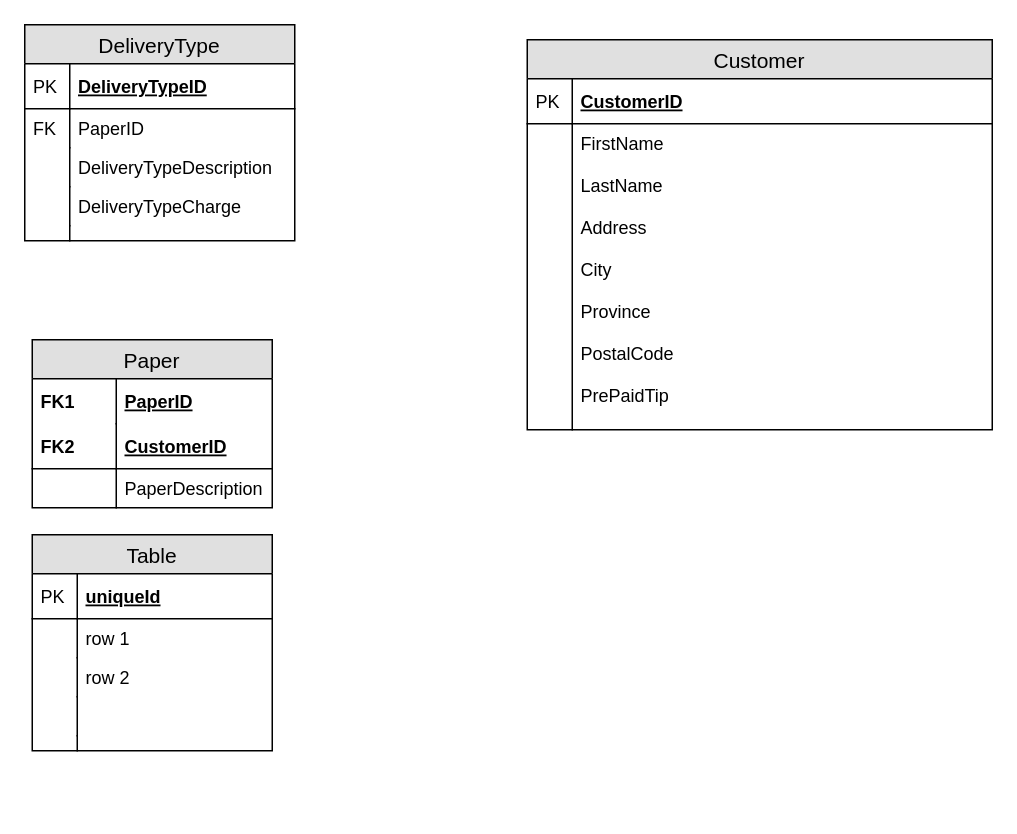
Above: Design/PNG's/ERD-paper-route.drawio in Aemmerton/Dmit-1508-In-Class (draw.io), before the change. Source tidied: cells renumbered, new cells numbered last; positions are measured from the earlier drawing's top-left corner, leaving out a move shared by most shapes. Both pictures are drawn from the tidied source at 150%, with x=0, y=0 at pixel (24, 24).
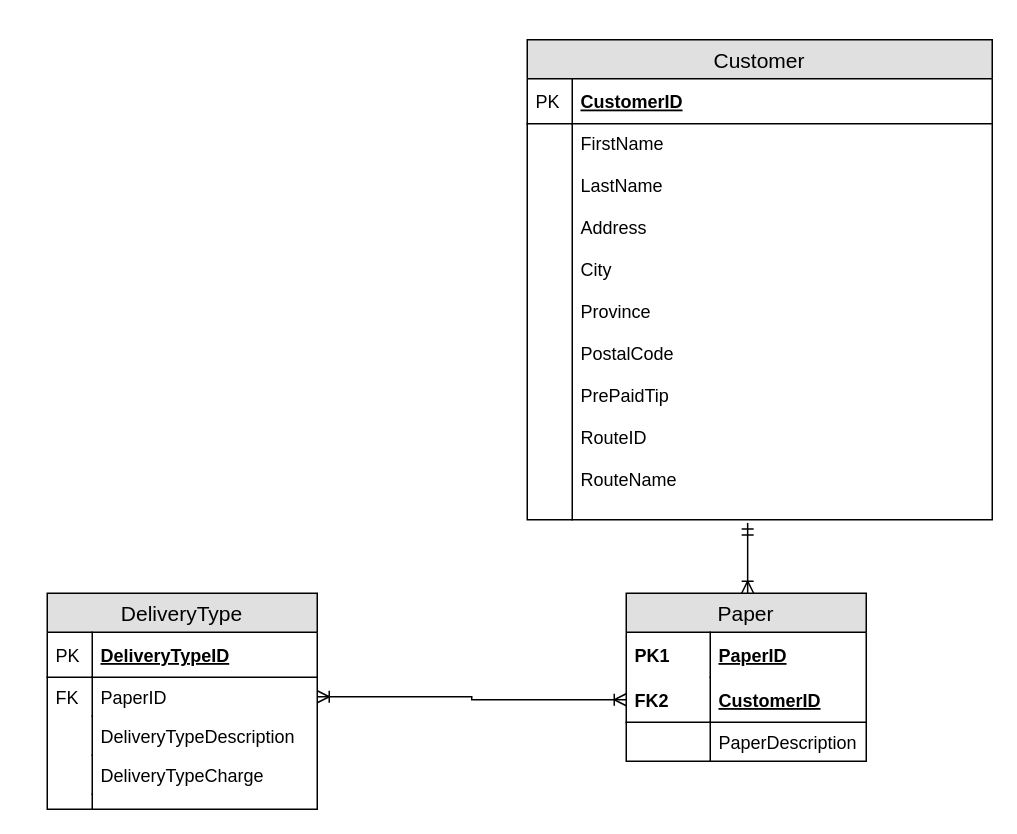
After the change.

Unchanged cells that the change refers to:
```xml
<mxCell id="5" value="PaperID" style="shape=partialRectangle;top=0;left=0;right=0;bottom=0;align=left;verticalAlign=top;fillColor=none;spacingLeft=34;spacingRight=4;overflow=hidden;points=[[0,0.5],[1,0.5]];portConstraint=eastwest;fontSize=12;" parent="2" vertex="1">
  <mxGeometry y="56" width="180" height="26" as="geometry" />
</mxCell>
<mxCell id="14" value="PaperID" style="shape=partialRectangle;top=0;left=0;right=0;bottom=0;align=left;verticalAlign=middle;fillColor=none;spacingLeft=60;spacingRight=4;overflow=hidden;fontStyle=5;fontSize=12;" parent="13" vertex="1">
  <mxGeometry y="26" width="160" height="30" as="geometry" />
</mxCell>
<mxCell id="16" value="CustomerID" style="shape=partialRectangle;top=0;left=0;right=0;bottom=1;align=left;verticalAlign=middle;fillColor=none;spacingLeft=60;spacingRight=4;overflow=hidden;points=[[0,0.5],[1,0.5]];portConstraint=eastwest;fontStyle=5;fontSize=12;" parent="13" vertex="1">
  <mxGeometry y="56" width="160" height="30" as="geometry" />
</mxCell>
```

Change to the diagram source:
```diff
@@
     <mxCell id="2" value="DeliveryType" style="swimlane;fontStyle=0;horizontal=1;startSize=26;fillColor=#e0e0e0;swimlaneFillColor=#ffffff;align=center;fontSize=14;" parent="1" vertex="1">
-      <mxGeometry width="180" height="144" as="geometry" />
+      <mxGeometry x="15" y="379" width="180" height="144" as="geometry" />
     </mxCell>
@@
+    <mxCell id="36" style="edgeStyle=orthogonalEdgeStyle;rounded=0;jumpSize=9;jettySize=auto;html=1;startArrow=ERoneToMany;startFill=0;endArrow=ERmandOne;endFill=0;strokeWidth=1;entryX=0.474;entryY=1.008;entryDx=0;entryDy=0;entryPerimeter=0;" parent="1" edge="1" source="13" target="34">
+      <mxGeometry relative="1" as="geometry">
+        <Array as="points">
+          <mxPoint x="482" y="430" />
+          <mxPoint x="482" y="430" />
+        </Array>
+      </mxGeometry>
+    </mxCell>
     <mxCell id="13" value="Paper" style="swimlane;fontStyle=0;horizontal=1;startSize=26;fillColor=#e0e0e0;swimlaneFillColor=#ffffff;align=center;fontSize=14;" parent="1" vertex="1">
-      <mxGeometry x="5" y="210" width="160" height="112" as="geometry" />
+      <mxGeometry x="401" y="379" width="160" height="112" as="geometry" />
     </mxCell>
@@
-    <mxCell id="15" value="FK1" style="shape=partialRectangle;fontStyle=1;top=0;left=0;bottom=0;fillColor=none;align=left;verticalAlign=middle;spacingLeft=4;spacingRight=4;overflow=hidden;fontSize=12;" parent="14" vertex="1">
+    <mxCell id="15" value="PK1" style="shape=partialRectangle;fontStyle=1;top=0;left=0;bottom=0;fillColor=none;align=left;verticalAlign=middle;spacingLeft=4;spacingRight=4;overflow=hidden;fontSize=12;" parent="14" vertex="1">
       <mxGeometry width="56" height="30" as="geometry" />
     </mxCell>
@@
-    <mxCell id="20" value="Table" style="swimlane;fontStyle=0;horizontal=1;startSize=26;fillColor=#e0e0e0;swimlaneFillColor=#ffffff;align=center;fontSize=14;" parent="1" vertex="1">
-      <mxGeometry x="5" y="340" width="160" height="144" as="geometry" />
-    </mxCell>
-    <mxCell id="21" value="uniqueId" style="shape=partialRectangle;top=0;left=0;right=0;bottom=1;align=left;verticalAlign=middle;fillColor=none;spacingLeft=34;spacingRight=4;overflow=hidden;fontStyle=5;fontSize=12;" parent="20" vertex="1">
-      <mxGeometry y="26" width="160" height="30" as="geometry" />
-    </mxCell>
-    <mxCell id="22" value="PK" style="shape=partialRectangle;top=0;left=0;bottom=0;fillColor=none;align=left;verticalAlign=middle;spacingLeft=4;spacingRight=4;overflow=hidden;fontSize=12;" parent="21" vertex="1">
-      <mxGeometry width="30" height="30" as="geometry" />
-    </mxCell>
-    <mxCell id="23" value="row 1" style="shape=partialRectangle;top=0;left=0;right=0;bottom=0;align=left;verticalAlign=top;fillColor=none;spacingLeft=34;spacingRight=4;overflow=hidden;fontSize=12;" parent="20" vertex="1">
-      <mxGeometry y="56" width="160" height="26" as="geometry" />
-    </mxCell>
-    <mxCell id="24" style="shape=partialRectangle;top=0;left=0;bottom=0;fillColor=none;align=left;verticalAlign=top;spacingLeft=4;spacingRight=4;overflow=hidden;fontSize=12;" parent="23" vertex="1">
-      <mxGeometry width="30" height="26" as="geometry" />
-    </mxCell>
-    <mxCell id="25" value="row 2" style="shape=partialRectangle;top=0;left=0;right=0;bottom=0;align=left;verticalAlign=top;fillColor=none;spacingLeft=34;spacingRight=4;overflow=hidden;fontSize=12;" parent="20" vertex="1">
-      <mxGeometry y="82" width="160" height="26" as="geometry" />
-    </mxCell>
-    <mxCell id="26" style="shape=partialRectangle;top=0;left=0;bottom=0;fillColor=none;align=left;verticalAlign=top;spacingLeft=4;spacingRight=4;overflow=hidden;fontSize=12;" parent="25" vertex="1">
-      <mxGeometry width="30" height="26" as="geometry" />
-    </mxCell>
-    <mxCell id="27" value="&#10;&#10;&#10;&#10;&#10;&#10;&#10;" style="shape=partialRectangle;top=0;left=0;right=0;bottom=0;align=left;verticalAlign=top;fillColor=none;spacingLeft=34;spacingRight=4;overflow=hidden;fontSize=12;" parent="20" vertex="1">
-      <mxGeometry y="108" width="160" height="26" as="geometry" />
-    </mxCell>
-    <mxCell id="28" style="shape=partialRectangle;top=0;left=0;bottom=0;fillColor=none;align=left;verticalAlign=top;spacingLeft=4;spacingRight=4;overflow=hidden;fontSize=12;" parent="27" vertex="1">
-      <mxGeometry width="30" height="26" as="geometry" />
-    </mxCell>
-    <mxCell id="29" style="shape=partialRectangle;top=0;left=0;right=0;bottom=0;align=left;verticalAlign=top;fillColor=none;spacingLeft=34;spacingRight=4;overflow=hidden;fontSize=12;" parent="20" vertex="1">
-      <mxGeometry y="134" width="160" height="10" as="geometry" />
-    </mxCell>
-    <mxCell id="30" style="shape=partialRectangle;top=0;left=0;bottom=0;fillColor=none;align=left;verticalAlign=top;spacingLeft=4;spacingRight=4;overflow=hidden;fontSize=12;" parent="29" vertex="1">
-      <mxGeometry width="30" height="10" as="geometry" />
-    </mxCell>
     <mxCell id="31" value="Customer" style="swimlane;fontStyle=0;horizontal=1;startSize=26;fillColor=#e0e0e0;swimlaneFillColor=#ffffff;align=center;fontSize=14;" parent="1" vertex="1">
-      <mxGeometry x="335" y="10" width="310" height="260" as="geometry" />
+      <mxGeometry x="335" y="10" width="310" height="320" as="geometry" />
     </mxCell>
@@
-    <mxCell id="34" value="FirstName&#10;&#10;LastName&#10;&#10;Address&#10;&#10;City&#10;&#10;Province&#10;&#10;PostalCode&#10;&#10;PrePaidTip" style="shape=partialRectangle;top=0;left=0;right=0;bottom=0;align=left;verticalAlign=top;fillColor=none;spacingLeft=34;spacingRight=4;overflow=hidden;points=[[0,0.5],[1,0.5]];portConstraint=eastwest;fontSize=12;" parent="31" vertex="1">
-      <mxGeometry y="56" width="310" height="204" as="geometry" />
+    <mxCell id="34" value="FirstName&#10;&#10;LastName&#10;&#10;Address&#10;&#10;City&#10;&#10;Province&#10;&#10;PostalCode&#10;&#10;PrePaidTip&#10;&#10;RouteID&#10;&#10;RouteName" style="shape=partialRectangle;top=0;left=0;right=0;bottom=0;align=left;verticalAlign=top;fillColor=none;spacingLeft=34;spacingRight=4;overflow=hidden;points=[[0,0.5],[1,0.5]];portConstraint=eastwest;fontSize=12;" parent="31" vertex="1">
+      <mxGeometry y="56" width="310" height="264" as="geometry" />
     </mxCell>
     <mxCell id="35" style="shape=partialRectangle;top=0;left=0;bottom=0;fillColor=none;align=left;verticalAlign=top;spacingLeft=4;spacingRight=4;overflow=hidden;fontSize=12;" parent="34" vertex="1">
-      <mxGeometry width="30" height="204" as="geometry" />
+      <mxGeometry width="30" height="264" as="geometry" />
     </mxCell>
+    <mxCell id="37" style="edgeStyle=orthogonalEdgeStyle;rounded=0;jumpSize=9;jettySize=auto;html=1;entryX=1;entryY=0.5;entryDx=0;entryDy=0;startArrow=ERoneToMany;startFill=0;endArrow=ERoneToMany;endFill=0;strokeWidth=1;" parent="1" edge="1" source="16" target="5">
+      <mxGeometry relative="1" as="geometry" />
+    </mxCell>
```
